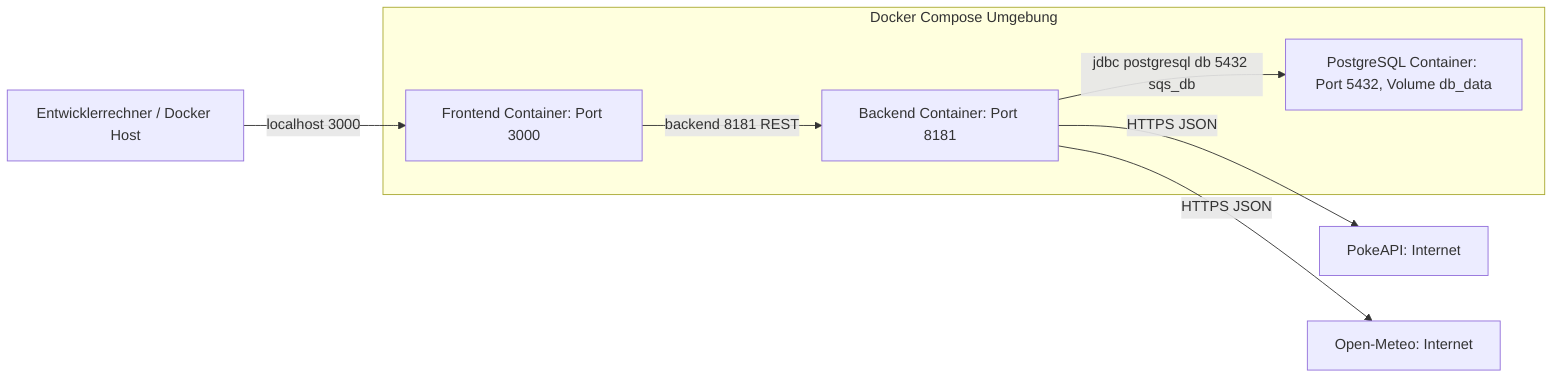
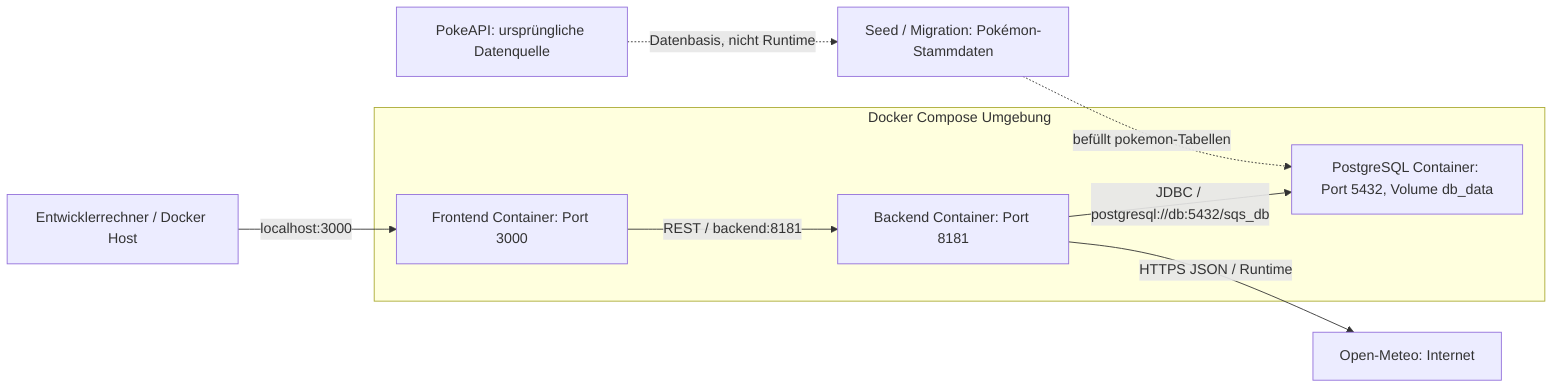
flowchart LR
    DEV["Entwicklerrechner / Docker Host"]

    subgraph COMPOSE["Docker Compose Umgebung"]
        FE["Frontend Container: Port 3000"]
        BE["Backend Container: Port 8181"]
        PG["PostgreSQL Container: Port 5432, Volume db_data"]
    end

-     POKEAPI["PokeAPI: Internet"]
+     SEED["Seed / Migration: Pokémon-Stammdaten"]
+     POKEAPI["PokeAPI: ursprüngliche Datenquelle"]
    WEATHER["Open-Meteo: Internet"]

-     DEV -->|localhost 3000| FE
-     FE -->|backend 8181 REST| BE
-     BE -->|jdbc postgresql db 5432 sqs_db| PG
-     BE -->|HTTPS JSON| POKEAPI
-     BE -->|HTTPS JSON| WEATHER+     DEV -->|localhost:3000| FE
+     FE -->|REST / backend:8181| BE
+     BE -->|JDBC / postgresql://db:5432/sqs_db| PG
+     BE -->|HTTPS JSON / Runtime| WEATHER
+ 
+     POKEAPI -.->|Datenbasis, nicht Runtime| SEED
+     SEED -.->|befüllt pokemon-Tabellen| PG